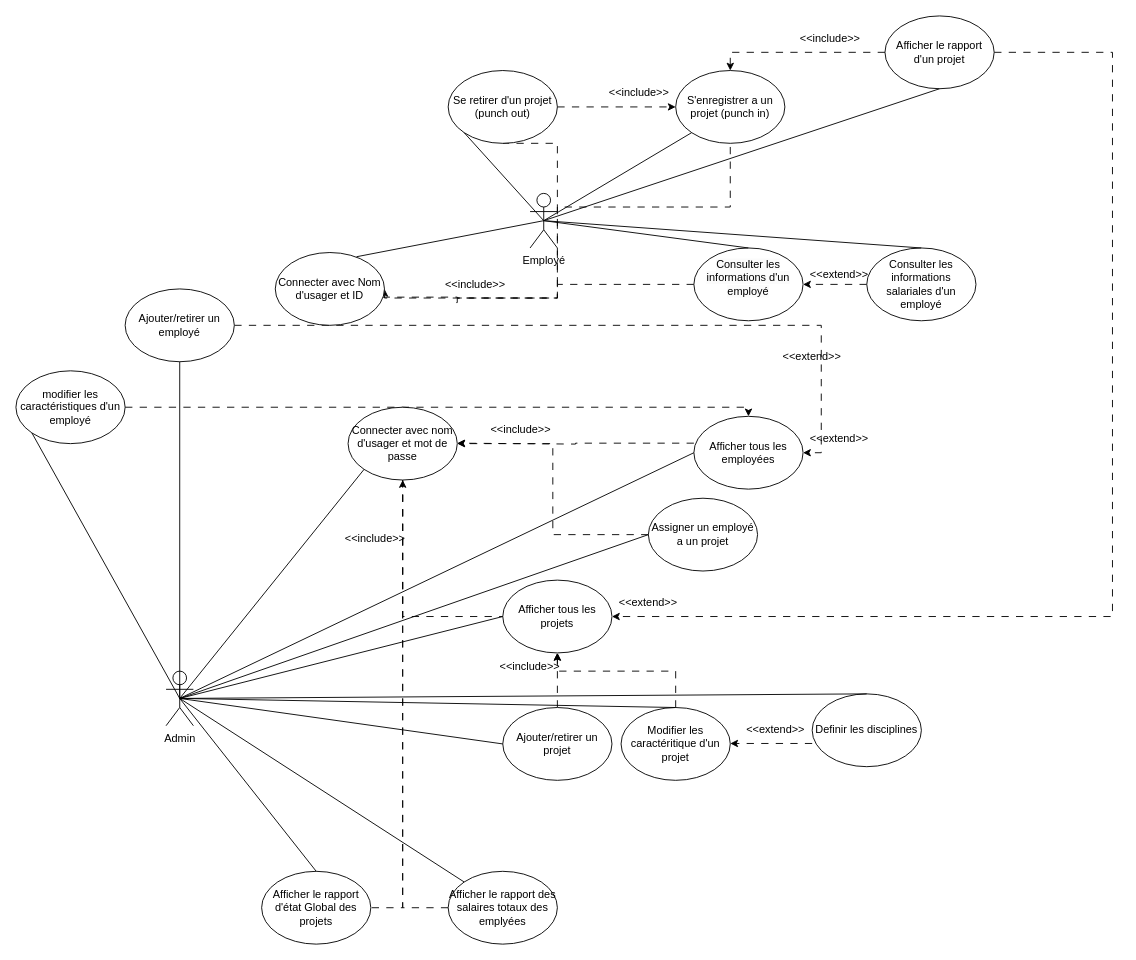
The draw.io diagram page "Cas d'utilisation" (1 of 5) of Untitled Diagram.drawio in Lacolombenoire/Projet-modelisation-objet, before the edit. Source tidied: cells renumbered, new cells numbered last; positions are measured from the earlier drawing's top-left corner, leaving out a move shared by most shapes. Both pictures are drawn from the tidied source at 91%, with x=0, y=0 at pixel (15, 15).
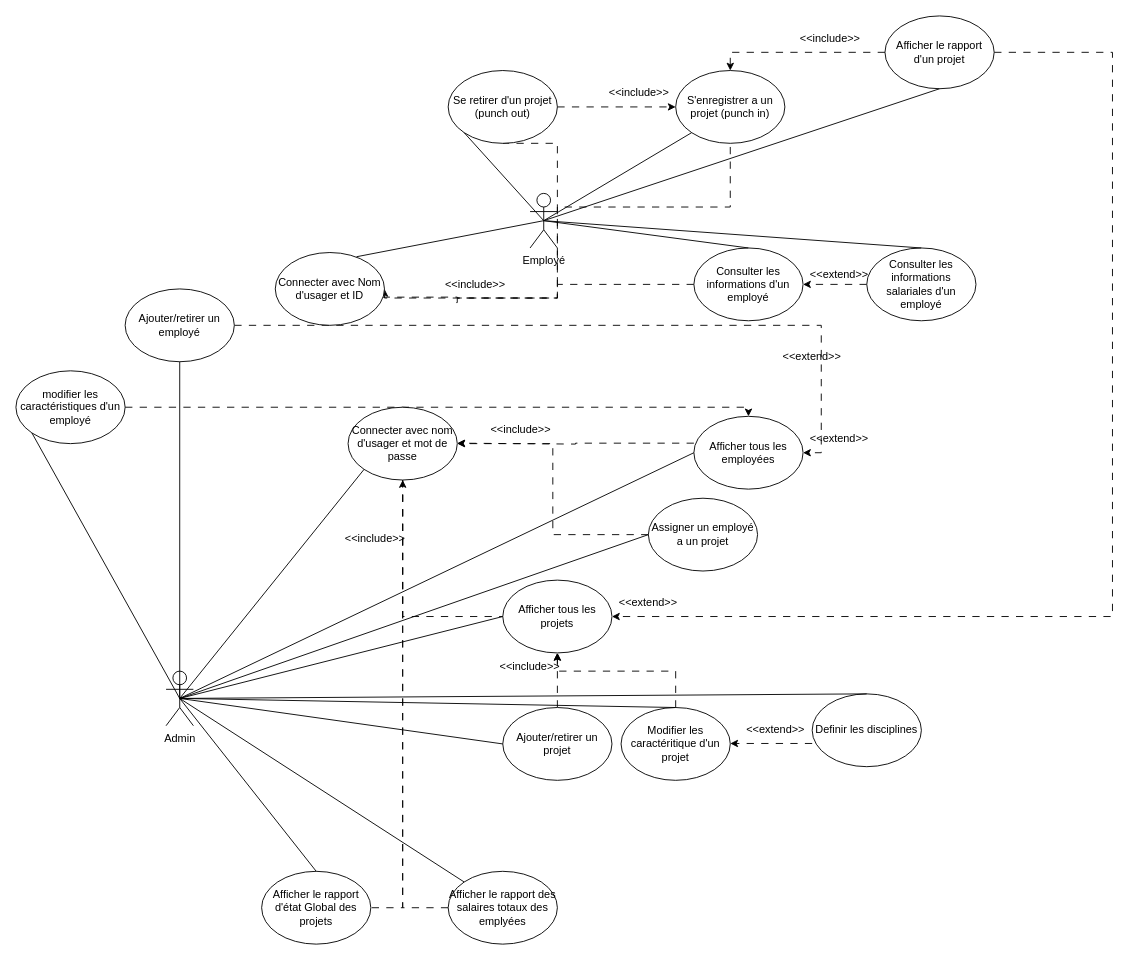
Above is the later version.

Diff of the diagram source:
```diff
@@
-    <mxCell id="14" value="&#10;&lt;span style=&quot;color: rgb(0, 0, 0); font-family: Helvetica; font-size: 12px; font-style: normal; font-variant-ligatures: normal; font-variant-caps: normal; font-weight: 400; letter-spacing: normal; orphans: 2; text-align: center; text-indent: 0px; text-transform: none; widows: 2; word-spacing: 0px; -webkit-text-stroke-width: 0px; white-space: normal; background-color: rgb(251, 251, 251); text-decoration-thickness: initial; text-decoration-style: initial; text-decoration-color: initial; display: inline !important; float: none;&quot;&gt;Consulter les informations d'un employé&lt;/span&gt;&#10;&#10;" style="ellipse;whiteSpace=wrap;html=1;" parent="1" vertex="1">
+    <mxCell id="14" value="&lt;br&gt;&lt;span style=&quot;font-family: Helvetica; font-size: 12px; font-style: normal; font-variant-ligatures: normal; font-variant-caps: normal; font-weight: 400; letter-spacing: normal; orphans: 2; text-indent: 0px; text-transform: none; widows: 2; word-spacing: 0px; -webkit-text-stroke-width: 0px; white-space: normal; text-decoration-thickness: initial; text-decoration-style: initial; text-decoration-color: initial; float: none; display: inline !important;&quot;&gt;Consulter les informations d'un employé&lt;/span&gt;&lt;div&gt;&lt;br&gt;&lt;/div&gt;" style="ellipse;whiteSpace=wrap;html=1;align=center;" parent="1" vertex="1">
       <mxGeometry x="745" y="255" width="120" height="80" as="geometry" />
     </mxCell>
```
